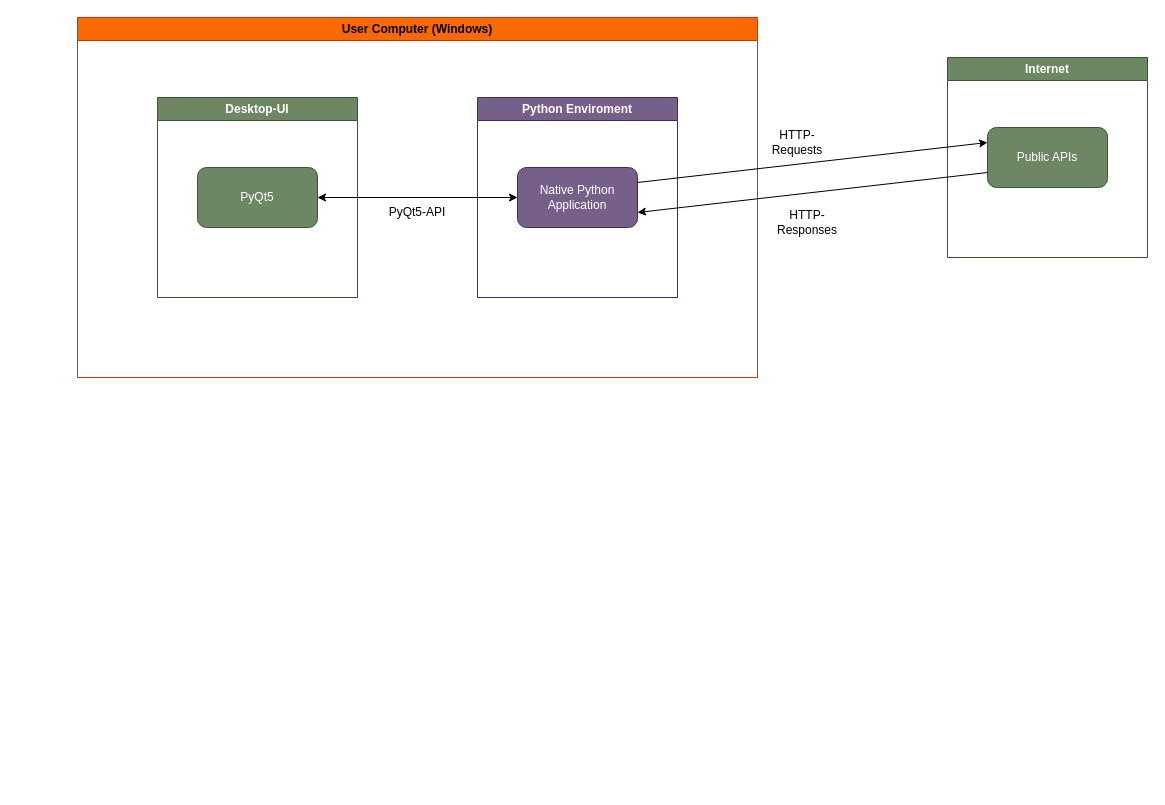
This is Documentation/deployment_view.drawio from Thrillerninja/ASWE-Projekt, a draw.io file, before an edit. Source tidied: cells renumbered, new cells numbered last; positions are measured from the earlier drawing's top-left corner, leaving out a move shared by most shapes. Both pictures are drawn from the tidied source at 100%, with x=0, y=0 at pixel (77, 17).
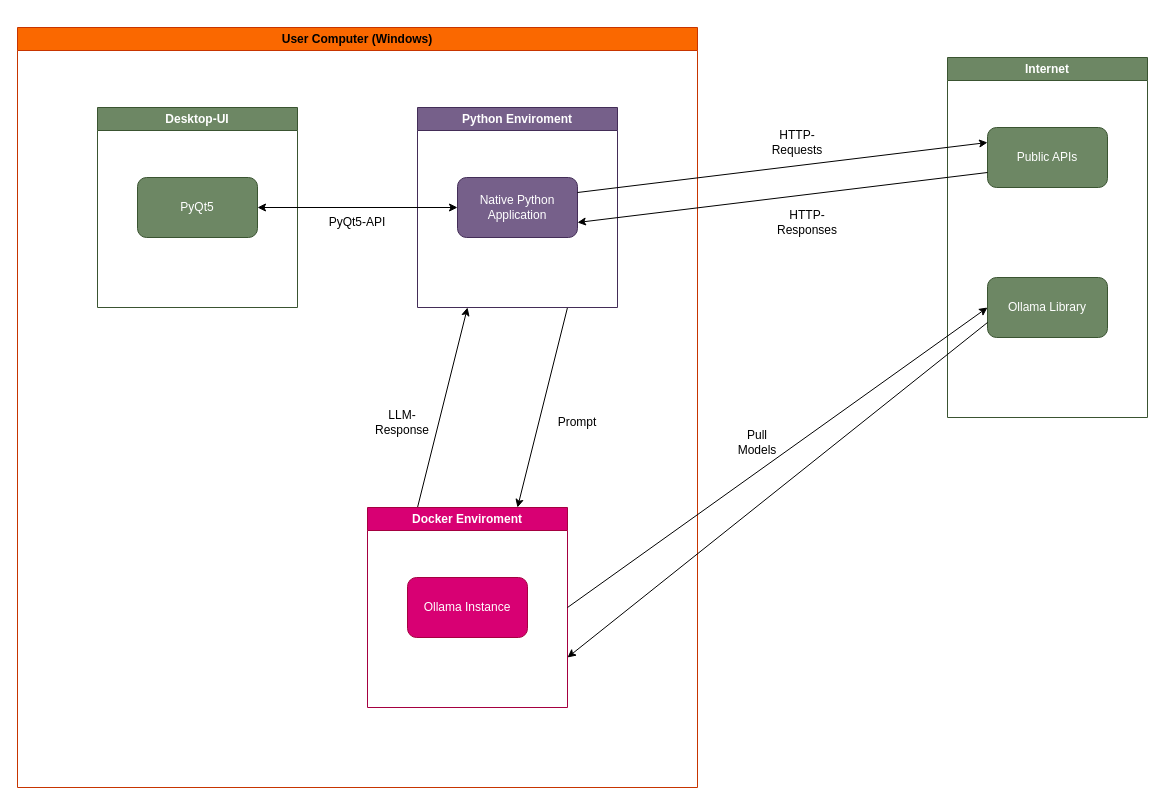
After the change.

The change refers to these unchanged cells:
```xml
<mxCell id="3" value="Python Enviroment" style="swimlane;whiteSpace=wrap;html=1;fillColor=#76608a;strokeColor=#432D57;fontColor=#ffffff;" parent="2" vertex="1">
  <mxGeometry x="400" y="80" width="200" height="200" as="geometry" />
</mxCell>
```

Change to the diagram source:
```diff
@@
     <mxCell id="2" value="User Computer (Windows)" style="swimlane;whiteSpace=wrap;html=1;fillColor=#fa6800;strokeColor=#C73500;fontColor=#000000;" parent="1" vertex="1">
-      <mxGeometry width="680" height="360" as="geometry" />
+      <mxGeometry x="-60" y="10" width="680" height="760" as="geometry" />
     </mxCell>
+    <mxCell id="15" style="edgeStyle=none;html=1;exitX=0.75;exitY=1;exitDx=0;exitDy=0;entryX=0.75;entryY=0;entryDx=0;entryDy=0;" parent="2" edge="1" source="3" target="17">
+      <mxGeometry relative="1" as="geometry" />
+    </mxCell>
@@
+    <mxCell id="16" style="edgeStyle=none;html=1;exitX=0.25;exitY=0;exitDx=0;exitDy=0;entryX=0.25;entryY=1;entryDx=0;entryDy=0;" parent="2" edge="1" source="17" target="3">
+      <mxGeometry relative="1" as="geometry" />
+    </mxCell>
+    <mxCell id="17" value="Docker Enviroment" style="swimlane;whiteSpace=wrap;html=1;fillColor=#d80073;strokeColor=#A50040;fontColor=#ffffff;" parent="2" vertex="1">
+      <mxGeometry x="350" y="480" width="200" height="200" as="geometry" />
+    </mxCell>
+    <mxCell id="18" value="Ollama Instance" style="rounded=1;whiteSpace=wrap;html=1;fillColor=#d80073;strokeColor=#A50040;fontColor=#ffffff;" parent="17" vertex="1">
+      <mxGeometry x="40" y="70" width="120" height="60" as="geometry" />
+    </mxCell>
+    <mxCell id="19" value="LLM-Response" style="text;html=1;strokeColor=none;fillColor=none;align=center;verticalAlign=middle;whiteSpace=wrap;rounded=0;" parent="2" vertex="1">
+      <mxGeometry x="355" y="380" width="60" height="30" as="geometry" />
+    </mxCell>
+    <mxCell id="20" value="Prompt" style="text;html=1;strokeColor=none;fillColor=none;align=center;verticalAlign=middle;whiteSpace=wrap;rounded=0;" parent="2" vertex="1">
+      <mxGeometry x="530" y="380" width="60" height="30" as="geometry" />
+    </mxCell>
     <mxCell id="9" value="Internet" style="swimlane;whiteSpace=wrap;html=1;fillColor=#6d8764;fontColor=#ffffff;strokeColor=#3A5431;" parent="1" vertex="1">
-      <mxGeometry x="870" y="40" width="200" height="200" as="geometry" />
+      <mxGeometry x="870" y="40" width="200" height="360" as="geometry" />
     </mxCell>
@@
+    <mxCell id="21" value="Ollama Library" style="rounded=1;whiteSpace=wrap;html=1;fillColor=#6d8764;fontColor=#ffffff;strokeColor=#3A5431;" parent="9" vertex="1">
+      <mxGeometry x="40" y="220" width="120" height="60" as="geometry" />
+    </mxCell>
@@
+    <mxCell id="22" style="edgeStyle=none;html=1;exitX=1;exitY=0.5;exitDx=0;exitDy=0;entryX=0;entryY=0.5;entryDx=0;entryDy=0;" parent="1" edge="1" source="17" target="21">
+      <mxGeometry relative="1" as="geometry" />
+    </mxCell>
+    <mxCell id="23" style="edgeStyle=none;html=1;exitX=0;exitY=0.75;exitDx=0;exitDy=0;entryX=1;entryY=0.75;entryDx=0;entryDy=0;" parent="1" edge="1" source="21" target="17">
+      <mxGeometry relative="1" as="geometry" />
+    </mxCell>
+    <mxCell id="24" value="Pull Models" style="text;html=1;strokeColor=none;fillColor=none;align=center;verticalAlign=middle;whiteSpace=wrap;rounded=0;" parent="1" vertex="1">
+      <mxGeometry x="650" y="410" width="60" height="30" as="geometry" />
+    </mxCell>
```
